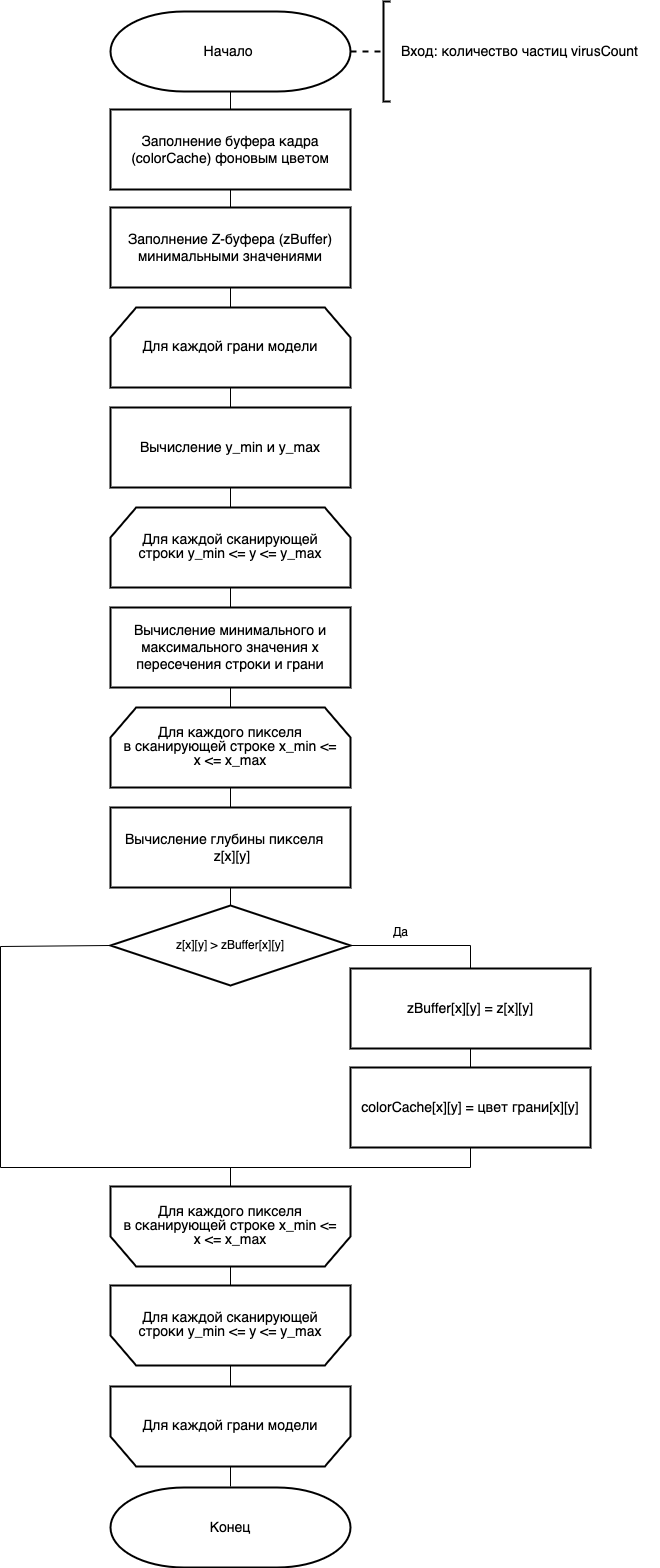
Earlier version of the draw.io export Итог/report/img/z-buffer.png (tatarinova0903/bmstu_cg_course). Source tidied: cells renumbered, new cells last; positions are measured from the earlier drawing's top-left corner, leaving out a move shared by most shapes.
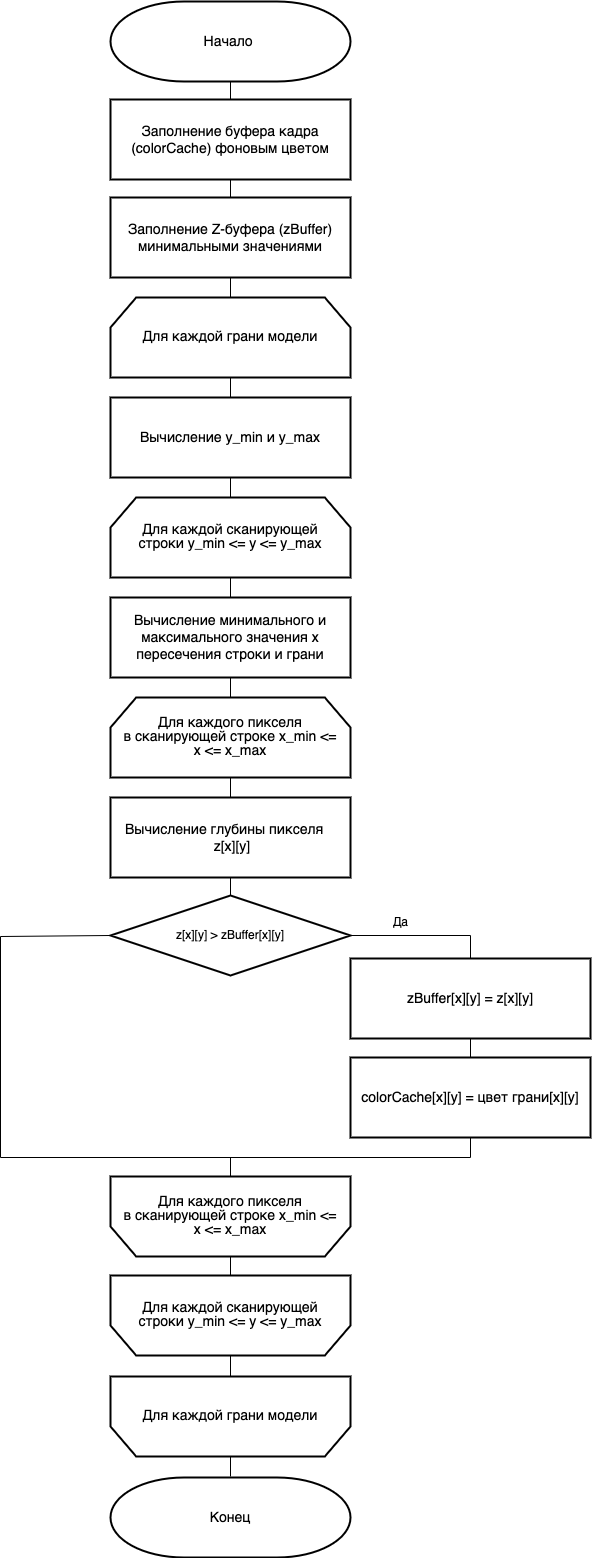
Above is the later version.

Diff of the diagram source:
```diff
@@ -67,15 +67,6 @@
     <mxCell id="22" value="Вычисление минимального и максимального значения x пересечения строки и грани" style="rounded=0;whiteSpace=wrap;html=1;strokeWidth=2;fontSize=14;" parent="1" vertex="1">
       <mxGeometry x="110" y="606" width="240" height="80" as="geometry" />
     </mxCell>
-    <mxCell id="23" style="group;" parent="1" vertex="1">
-      <mxGeometry x="350" width="309" height="100" as="geometry" />
-    </mxCell>
-    <mxCell id="24" value="&lt;p style=&quot;line-height: 100%; font-size: 10px;&quot;&gt;&lt;br style=&quot;font-size: 10px;&quot;&gt;&lt;/p&gt;" style="strokeWidth=2;html=1;shape=(stored shape, 384 characters);align=left;labelPosition=right;gradientColor=#ffffff;spacing=0;fontSize=10;shadow=0;spacingBottom=1;fontFamily=Times New Roman;" parent="23" vertex="1">
-      <mxGeometry width="40" height="100" as="geometry" />
-    </mxCell>
-    <mxCell id="25" value="&lt;span style=&quot;font-size: 14px;&quot;&gt;Вход: количество частиц virusCount&lt;br&gt;&lt;/span&gt;" style="text;html=1;align=left;verticalAlign=middle;strokeColor=none;fillColor=none;" parent="23" vertex="1">
-      <mxGeometry x="49" y="35" width="260" height="30" as="geometry" />
-    </mxCell>
     <mxCell id="26" style="edgeStyle=orthogonalEdgeStyle;rounded=0;jettySize=auto;html=1;exitX=0.5;exitY=1;exitDx=0;exitDy=0;exitPerimeter=0;entryX=0.5;entryY=0;entryDx=0;entryDy=0;endArrow=none;endFill=0;" parent="1" edge="1" source="27" target="29">
       <mxGeometry relative="1" as="geometry" />
     </mxCell>
```
